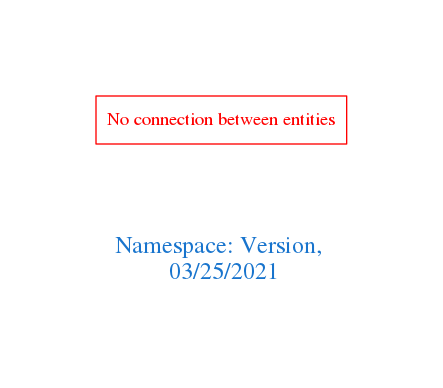
The Graphviz diagram downloads/Version.png in arago/OGIT, before a commit. Its source is kept beside it as downloads/Version.dot.
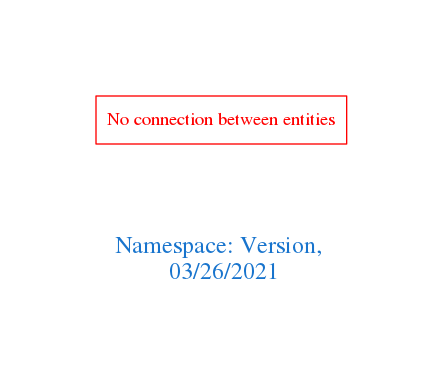
Later version of the same file.

Change to the diagram source:
```diff
@@ -1,7 +1,7 @@
 digraph OGIT_ontology {
  graph [ rankdir= LR,pad=1
 fontsize = 18,
-fontcolor= dodgerblue3,label = "\n\n\nNamespace: Version, \n 03/25/2021"];
+fontcolor= dodgerblue3,label = "\n\n\nNamespace: Version, \n 03/26/2021"];
 node[shape=polygon];
 edge [  color="gray81"];
 
```
